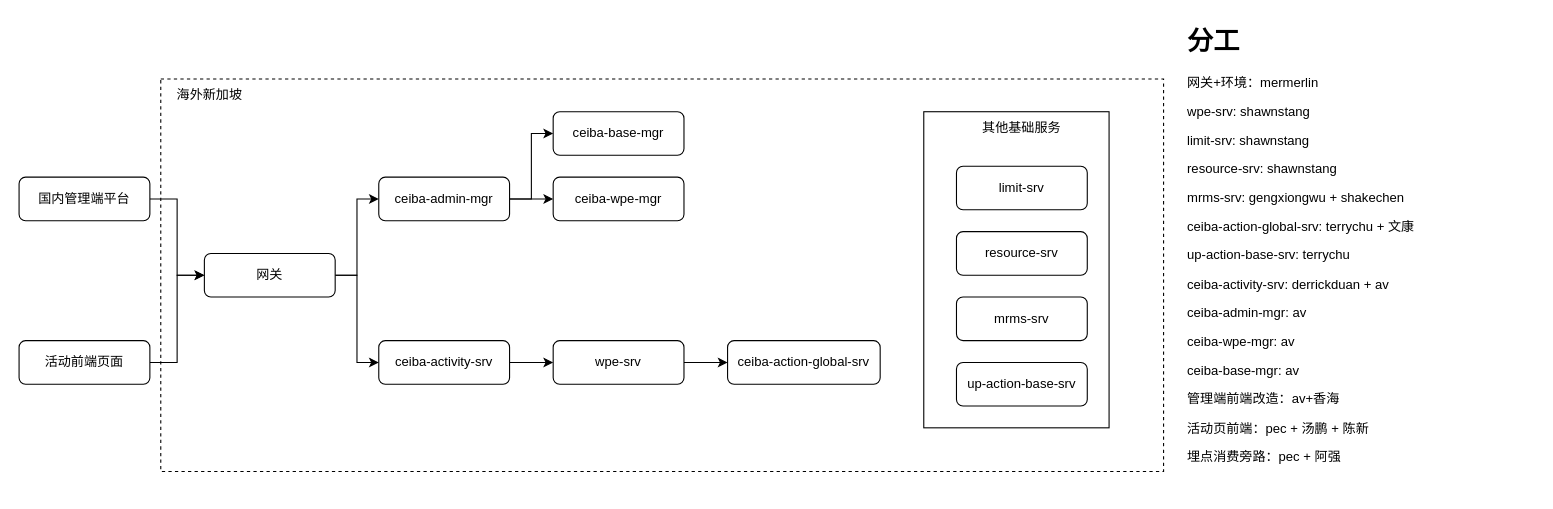
The draw.io diagram ceiba_global.drawio in axtrur/resource, before the edit. Source tidied: cells renumbered, new cells numbered last; positions are measured from the earlier drawing's top-left corner, leaving out a move shared by most shapes. Both pictures are drawn from the tidied source at 109%, with x=0, y=0 at pixel (19, 19).
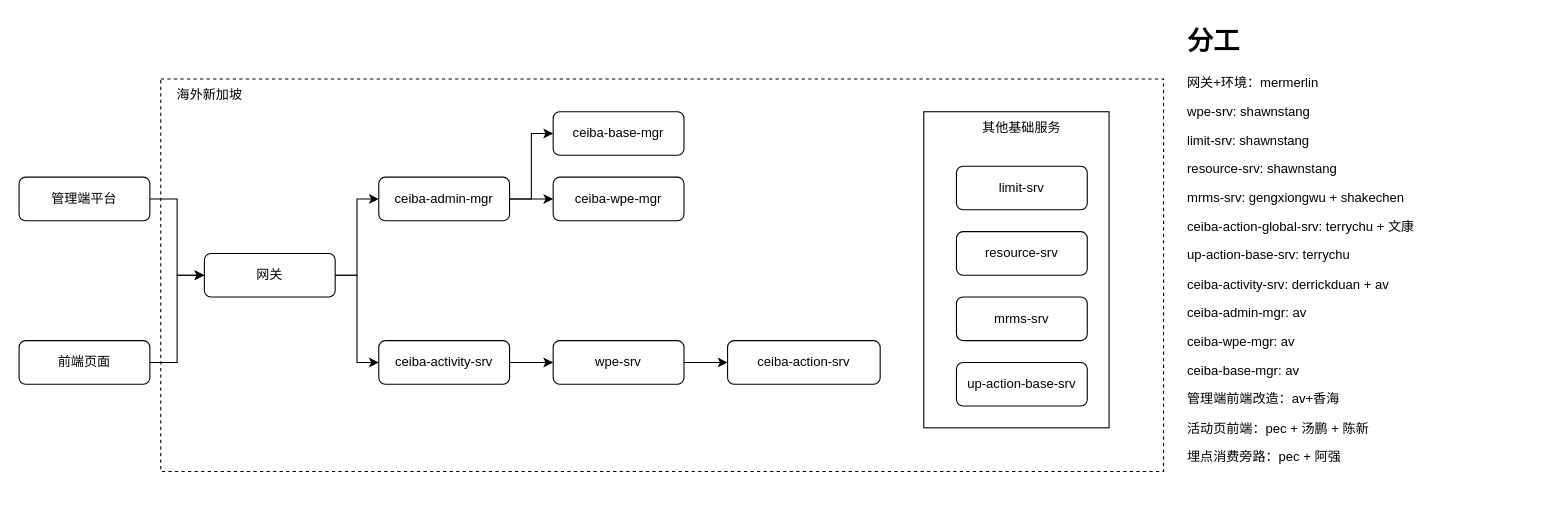
Above is the later version.

What changed in the source:
```diff
@@
-    <mxCell id="9" value="ceiba-action-global-srv" style="rounded=1;whiteSpace=wrap;html=1;" parent="1" vertex="1">
+    <mxCell id="9" value="ceiba-action-srv" style="rounded=1;whiteSpace=wrap;html=1;" parent="1" vertex="1">
       <mxGeometry x="650" y="295" width="140" height="40" as="geometry" />
     </mxCell>
@@
-    <mxCell id="22" value="国内管理端平台" style="rounded=1;whiteSpace=wrap;html=1;" parent="1" vertex="1">
+    <mxCell id="22" value="管理端平台" style="rounded=1;whiteSpace=wrap;html=1;" parent="1" vertex="1">
       <mxGeometry y="145" width="120" height="40" as="geometry" />
     </mxCell>
@@
-    <mxCell id="24" value="活动前端页面" style="rounded=1;whiteSpace=wrap;html=1;" parent="1" vertex="1">
+    <mxCell id="24" value="前端页面" style="rounded=1;whiteSpace=wrap;html=1;" parent="1" vertex="1">
       <mxGeometry y="295" width="120" height="40" as="geometry" />
     </mxCell>
```
